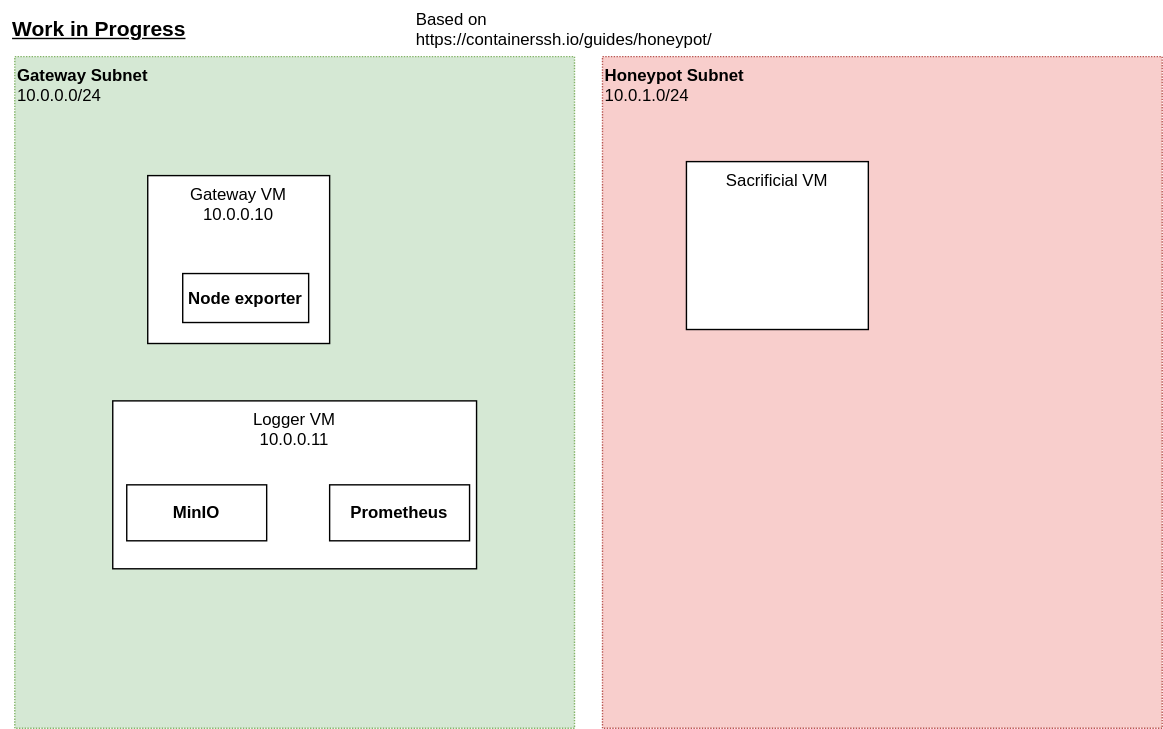
This is diagrams/infra.drawio.svg from paseaf/ContainerSSH-honeypot, a draw.io export, as it was before one commit. Source tidied: cells renumbered, new cells last; positions are measured from the earlier drawing's top-left corner, leaving out a move shared by most shapes.
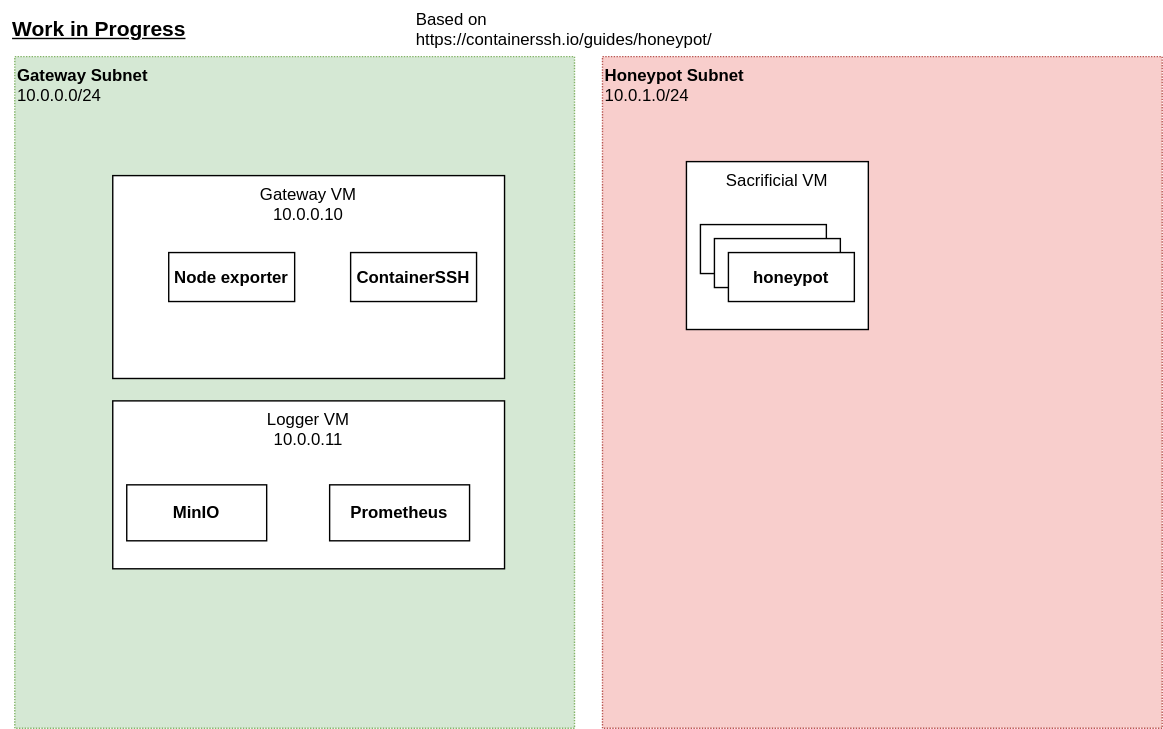
The same file after the commit.

Commit message:
docs: add containerSSH to infra diagram

The edit, as a diff of the source:
```diff
@@ -9,7 +9,7 @@
       <mxGeometry x="10" y="40" width="400" height="480" as="geometry" />
     </mxCell>
     <mxCell id="4" value="Gateway VM&lt;br&gt;10.0.0.10" style="rounded=0;whiteSpace=wrap;html=1;verticalAlign=top;" parent="1" vertex="1">
-      <mxGeometry x="105" y="125" width="130" height="120" as="geometry" />
+      <mxGeometry x="80" y="125" width="280" height="145" as="geometry" />
     </mxCell>
     <mxCell id="5" value="Sacrificial VM" style="rounded=0;whiteSpace=wrap;html=1;verticalAlign=top;" parent="1" vertex="1">
       <mxGeometry x="490" y="115" width="130" height="120" as="geometry" />
@@ -18,7 +18,7 @@
       <mxGeometry x="295" width="240" height="30" as="geometry" />
     </mxCell>
     <mxCell id="7" value="Logger VM&lt;br&gt;10.0.0.11" style="rounded=0;whiteSpace=wrap;html=1;verticalAlign=top;" parent="1" vertex="1">
-      <mxGeometry x="80" y="286" width="260" height="120" as="geometry" />
+      <mxGeometry x="80" y="286" width="280" height="120" as="geometry" />
     </mxCell>
     <mxCell id="8" value="Prometheus" style="whiteSpace=wrap;html=1;fontStyle=1;" parent="1" vertex="1">
       <mxGeometry x="235" y="346" width="100" height="40" as="geometry" />
@@ -30,7 +30,19 @@
       <mxGeometry y="10" width="140" height="20" as="geometry" />
     </mxCell>
     <mxCell id="11" value="Node exporter" style="whiteSpace=wrap;html=1;fontStyle=1;" parent="1" vertex="1">
-      <mxGeometry x="130" y="195" width="90" height="35" as="geometry" />
+      <mxGeometry x="120" y="180" width="90" height="35" as="geometry" />
     </mxCell>
+    <mxCell id="12" value="ContainerSSH" style="whiteSpace=wrap;html=1;fontStyle=1;" parent="1" vertex="1">
+      <mxGeometry x="250" y="180" width="90" height="35" as="geometry" />
+    </mxCell>
+    <mxCell id="13" value="honeypot" style="whiteSpace=wrap;html=1;fontStyle=1;" parent="1" vertex="1">
+      <mxGeometry x="500" y="160" width="90" height="35" as="geometry" />
+    </mxCell>
+    <mxCell id="14" value="honeypot" style="whiteSpace=wrap;html=1;fontStyle=1;" parent="1" vertex="1">
+      <mxGeometry x="510" y="170" width="90" height="35" as="geometry" />
+    </mxCell>
+    <mxCell id="15" value="honeypot" style="whiteSpace=wrap;html=1;fontStyle=1;" parent="1" vertex="1">
+      <mxGeometry x="520" y="180" width="90" height="35" as="geometry" />
+    </mxCell>
   </root>
 </mxGraphModel>
```
